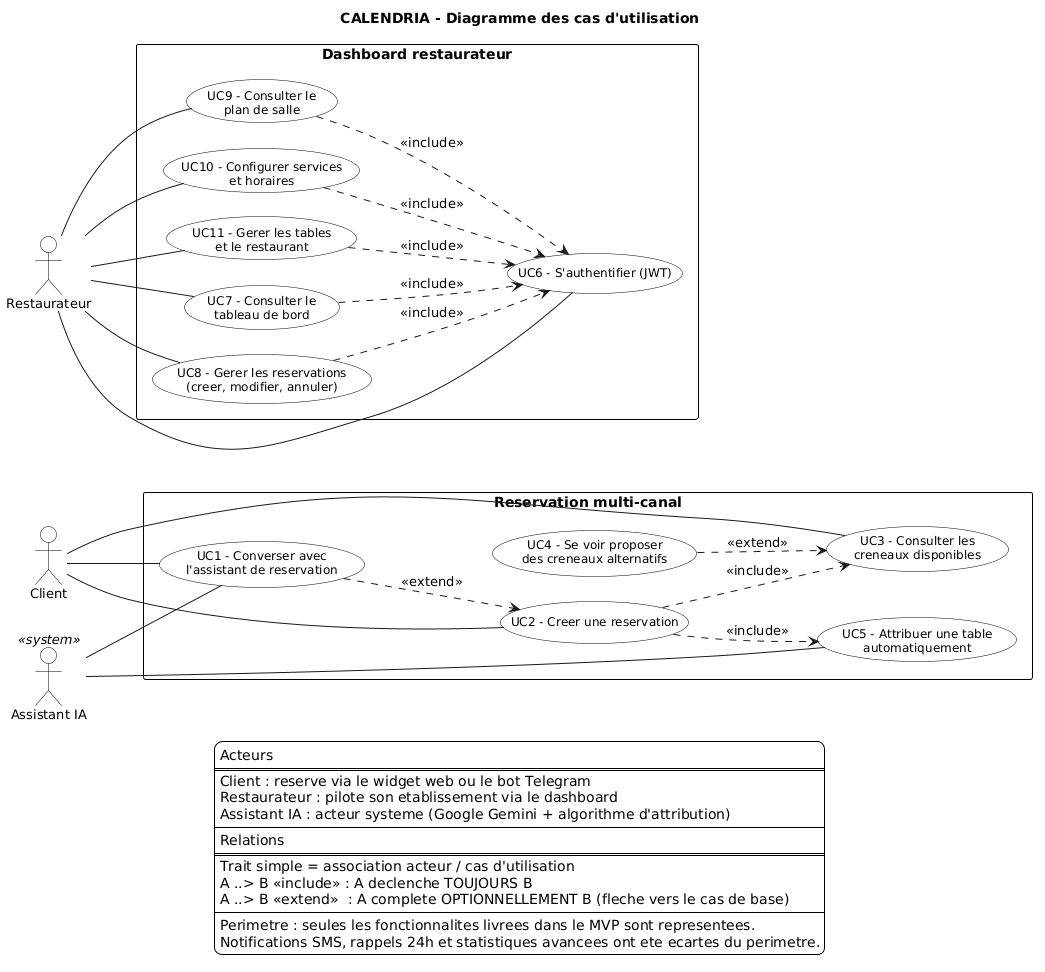
Above: documentation/Jalon4/diagramme_cas_utilisation.png in SafiBougherara/projet_fin_annee (PlantUML), before the change.
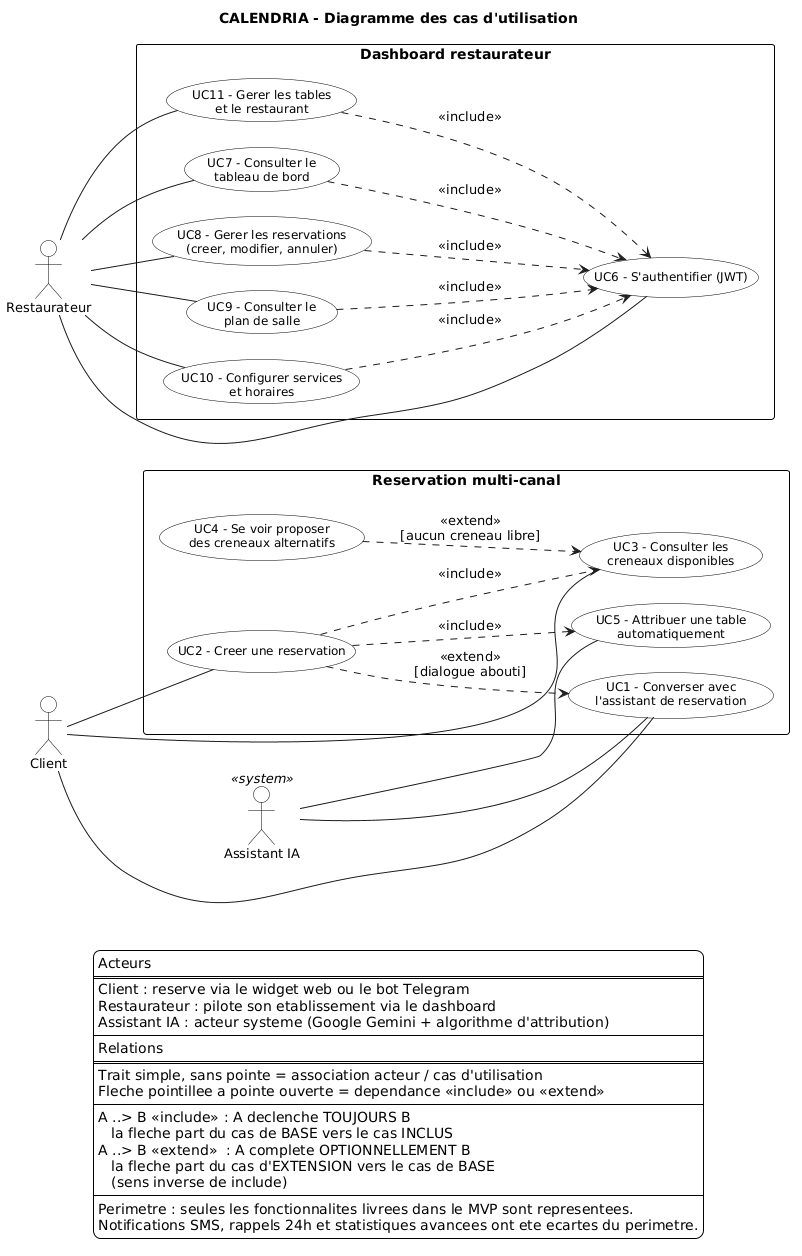
The same file after the commit.

Commit message:
fix: update UML diagrams and project documentation for clarity and accuracy

Diff of the diagram source:
```diff
@@ -78,9 +78,9 @@
 UC11 ..> UC6 : <<include>>
 
 
-UC1 ..> UC2 : <<extend>>
+UC2 ..> UC1 : <<extend>>\n[dialogue abouti]
 
-UC4 ..> UC3 : <<extend>>
+UC4 ..> UC3 : <<extend>>\n[aucun creneau libre]
 
 
 legend bottom
@@ -92,9 +92,14 @@
   ----
   Relations
   ====
-  Trait simple = association acteur / cas d'utilisation
+  Trait simple, sans pointe = association acteur / cas d'utilisation
+  Fleche pointillee a pointe ouverte = dependance <<include>> ou <<extend>>
+  ----
   A ..> B <<include>> : A declenche TOUJOURS B
-  A ..> B <<extend>>  : A complete OPTIONNELLEMENT B (fleche vers le cas de base)
+     la fleche part du cas de BASE vers le cas INCLUS
+  A ..> B <<extend>>  : A complete OPTIONNELLEMENT B
+     la fleche part du cas d'EXTENSION vers le cas de BASE
+     (sens inverse de include)
   ----
   Perimetre : seules les fonctionnalites livrees dans le MVP sont representees.
   Notifications SMS, rappels 24h et statistiques avancees ont ete ecartes du perimetre.
```
